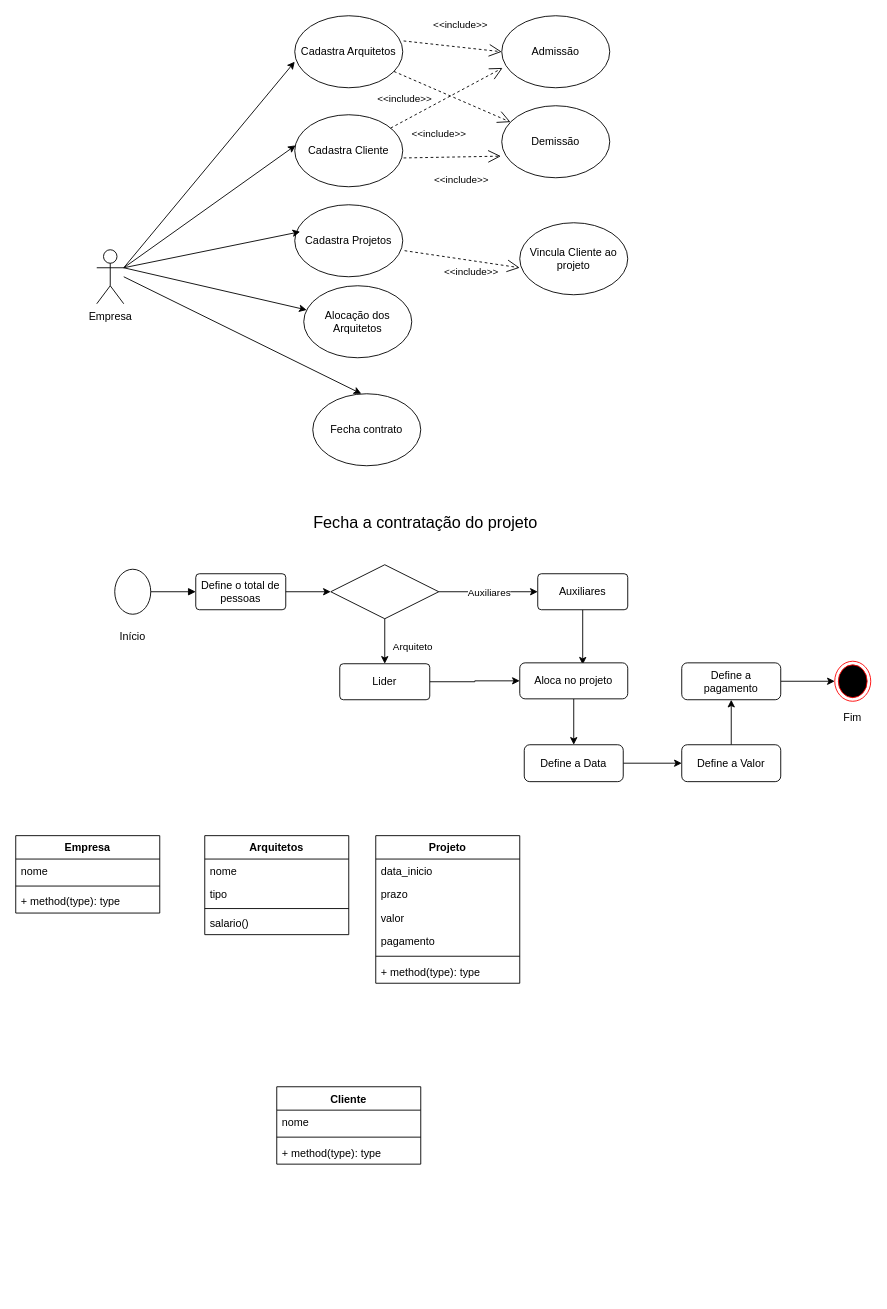
Before: Untitled Diagram.drawio in EdneiFNeto/UML, a draw.io diagram. Source tidied: cells renumbered, new cells numbered last; positions are measured from the earlier drawing's top-left corner, leaving out a move shared by most shapes. Both pictures are drawn from the tidied source at 90%, with x=0, y=0 at pixel (15, 15).
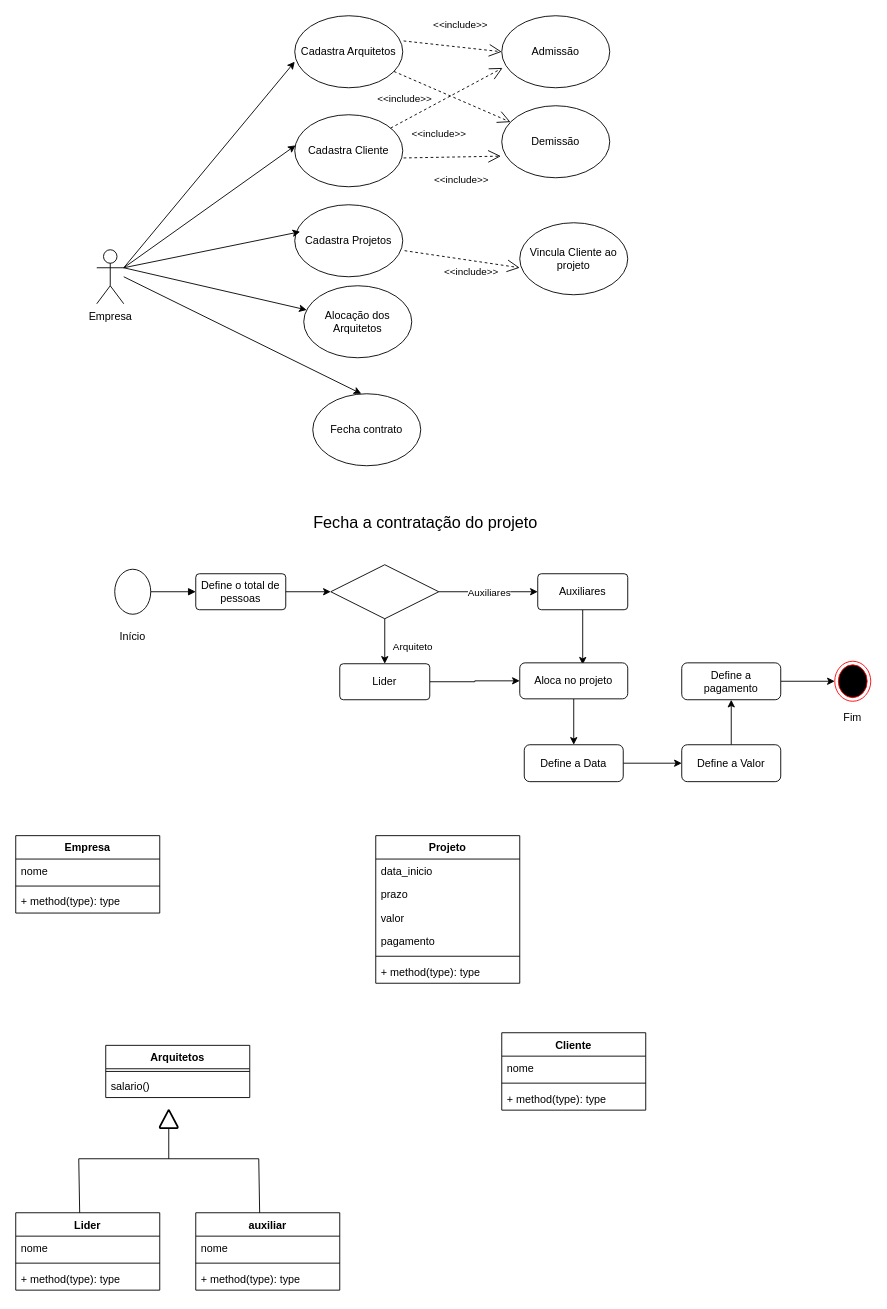
The same diagram, later.

The edit, as a diff of the source:
```diff
@@
-    <mxCell id="46" value="Cliente" style="swimlane;fontStyle=1;align=center;verticalAlign=top;horizontal=1;startSize=26;" parent="1" vertex="1">
-      <mxGeometry x="290" y="1190" width="160" height="86" as="geometry" />
-    </mxCell>
-    <mxCell id="47" value="nome" style="text;strokeColor=none;fillColor=none;align=left;verticalAlign=top;spacingLeft=4;spacingRight=4;overflow=hidden;" parent="46" vertex="1">
-      <mxGeometry y="26" width="160" height="26" as="geometry" />
-    </mxCell>
-    <mxCell id="48" style="line;strokeWidth=1;fillColor=none;align=left;verticalAlign=middle;spacingTop=-1;spacingLeft=3;spacingRight=3;labelPosition=right;" parent="46" vertex="1">
-      <mxGeometry y="52" width="160" height="8" as="geometry" />
-    </mxCell>
-    <mxCell id="49" value="+ method(type): type" style="text;strokeColor=none;fillColor=none;align=left;verticalAlign=top;spacingLeft=4;spacingRight=4;overflow=hidden;" parent="46" vertex="1">
-      <mxGeometry y="60" width="160" height="26" as="geometry" />
-    </mxCell>
@@
-    <mxCell id="57" value="Arquitetos" style="swimlane;fontStyle=1;align=center;verticalAlign=top;horizontal=1;startSize=26;" parent="1" vertex="1">
-      <mxGeometry x="210" y="911" width="160" height="110" as="geometry" />
-    </mxCell>
-    <mxCell id="58" value="nome" style="text;strokeColor=none;fillColor=none;align=left;verticalAlign=top;spacingLeft=4;spacingRight=4;overflow=hidden;" parent="57" vertex="1">
-      <mxGeometry y="26" width="160" height="26" as="geometry" />
-    </mxCell>
-    <mxCell id="59" value="tipo" style="text;strokeColor=none;fillColor=none;align=left;verticalAlign=top;spacingLeft=4;spacingRight=4;overflow=hidden;" parent="57" vertex="1">
-      <mxGeometry y="52" width="160" height="26" as="geometry" />
-    </mxCell>
-    <mxCell id="60" style="line;strokeWidth=1;fillColor=none;align=left;verticalAlign=middle;spacingTop=-1;spacingLeft=3;spacingRight=3;labelPosition=right;" parent="57" vertex="1">
-      <mxGeometry y="78" width="160" height="6" as="geometry" />
-    </mxCell>
-    <mxCell id="61" value="salario()" style="text;strokeColor=none;fillColor=none;align=left;verticalAlign=top;spacingLeft=4;spacingRight=4;overflow=hidden;" parent="57" vertex="1">
-      <mxGeometry y="84" width="160" height="26" as="geometry" />
-    </mxCell>
@@
+    <mxCell id="66" value="Lider" style="swimlane;fontStyle=1;align=center;verticalAlign=top;horizontal=1;startSize=26;" parent="1" vertex="1">
+      <mxGeometry y="1330" width="160" height="86" as="geometry" />
+    </mxCell>
+    <mxCell id="67" value="nome" style="text;strokeColor=none;fillColor=none;align=left;verticalAlign=top;spacingLeft=4;spacingRight=4;overflow=hidden;" parent="66" vertex="1">
+      <mxGeometry y="26" width="160" height="26" as="geometry" />
+    </mxCell>
+    <mxCell id="68" style="line;strokeWidth=1;fillColor=none;align=left;verticalAlign=middle;spacingTop=-1;spacingLeft=3;spacingRight=3;labelPosition=right;" parent="66" vertex="1">
+      <mxGeometry y="52" width="160" height="8" as="geometry" />
+    </mxCell>
+    <mxCell id="69" value="+ method(type): type" style="text;strokeColor=none;fillColor=none;align=left;verticalAlign=top;spacingLeft=4;spacingRight=4;overflow=hidden;" parent="66" vertex="1">
+      <mxGeometry y="60" width="160" height="26" as="geometry" />
+    </mxCell>
+    <mxCell id="70" value="auxiliar" style="swimlane;fontStyle=1;align=center;verticalAlign=top;horizontal=1;startSize=26;" parent="1" vertex="1">
+      <mxGeometry x="200" y="1330" width="160" height="86" as="geometry" />
+    </mxCell>
+    <mxCell id="71" value="nome" style="text;strokeColor=none;fillColor=none;align=left;verticalAlign=top;spacingLeft=4;spacingRight=4;overflow=hidden;" parent="70" vertex="1">
+      <mxGeometry y="26" width="160" height="26" as="geometry" />
+    </mxCell>
+    <mxCell id="72" style="line;strokeWidth=1;fillColor=none;align=left;verticalAlign=middle;spacingTop=-1;spacingLeft=3;spacingRight=3;labelPosition=right;" parent="70" vertex="1">
+      <mxGeometry y="52" width="160" height="8" as="geometry" />
+    </mxCell>
+    <mxCell id="73" value="+ method(type): type" style="text;strokeColor=none;fillColor=none;align=left;verticalAlign=top;spacingLeft=4;spacingRight=4;overflow=hidden;" parent="70" vertex="1">
+      <mxGeometry y="60" width="160" height="26" as="geometry" />
+    </mxCell>
+    <mxCell id="46" value="Cliente" style="swimlane;fontStyle=1;align=center;verticalAlign=top;horizontal=1;startSize=26;" parent="1" vertex="1">
+      <mxGeometry x="540" y="1130" width="160" height="86" as="geometry" />
+    </mxCell>
+    <mxCell id="47" value="nome" style="text;strokeColor=none;fillColor=none;align=left;verticalAlign=top;spacingLeft=4;spacingRight=4;overflow=hidden;" parent="46" vertex="1">
+      <mxGeometry y="26" width="160" height="26" as="geometry" />
+    </mxCell>
+    <mxCell id="48" style="line;strokeWidth=1;fillColor=none;align=left;verticalAlign=middle;spacingTop=-1;spacingLeft=3;spacingRight=3;labelPosition=right;" parent="46" vertex="1">
+      <mxGeometry y="52" width="160" height="8" as="geometry" />
+    </mxCell>
+    <mxCell id="49" value="+ method(type): type" style="text;strokeColor=none;fillColor=none;align=left;verticalAlign=top;spacingLeft=4;spacingRight=4;overflow=hidden;" parent="46" vertex="1">
+      <mxGeometry y="60" width="160" height="26" as="geometry" />
+    </mxCell>
+    <mxCell id="74" style="endArrow=none;html=1;rounded=0;" parent="1" edge="1">
+      <mxGeometry relative="1" as="geometry">
+        <mxPoint x="70" y="1270" as="sourcePoint" />
+        <mxPoint x="270" y="1270" as="targetPoint" />
+      </mxGeometry>
+    </mxCell>
+    <mxCell id="75" style="endArrow=none;html=1;rounded=0;exitX=0.444;exitY=0;exitDx=0;exitDy=0;exitPerimeter=0;" parent="1" edge="1" source="66">
+      <mxGeometry relative="1" as="geometry">
+        <mxPoint x="70" y="1270" as="targetPoint" />
+      </mxGeometry>
+    </mxCell>
+    <mxCell id="76" style="endArrow=none;html=1;rounded=0;exitX=0.444;exitY=0;exitDx=0;exitDy=0;exitPerimeter=0;" parent="1" edge="1">
+      <mxGeometry relative="1" as="geometry">
+        <mxPoint x="271" y="1330" as="sourcePoint" />
+        <mxPoint x="270" y="1270" as="targetPoint" />
+      </mxGeometry>
+    </mxCell>
+    <mxCell id="77" style="endArrow=none;html=1;rounded=0;" parent="1" edge="1">
+      <mxGeometry relative="1" as="geometry">
+        <mxPoint x="170" y="1270" as="sourcePoint" />
+        <mxPoint x="170" y="1230" as="targetPoint" />
+      </mxGeometry>
+    </mxCell>
+    <mxCell id="78" style="strokeWidth=2;html=1;shape=mxgraph.flowchart.extract_or_measurement;whiteSpace=wrap;" parent="1" vertex="1">
+      <mxGeometry x="160" y="1216" width="20" height="20" as="geometry" />
+    </mxCell>
+    <mxCell id="57" value="Arquitetos" style="swimlane;fontStyle=1;align=center;verticalAlign=top;horizontal=1;startSize=26;" parent="1" vertex="1">
+      <mxGeometry x="100" y="1144" width="160" height="58" as="geometry" />
+    </mxCell>
+    <mxCell id="60" style="line;strokeWidth=1;fillColor=none;align=left;verticalAlign=middle;spacingTop=-1;spacingLeft=3;spacingRight=3;labelPosition=right;" parent="57" vertex="1">
+      <mxGeometry y="26" width="160" height="6" as="geometry" />
+    </mxCell>
+    <mxCell id="61" value="salario()" style="text;strokeColor=none;fillColor=none;align=left;verticalAlign=top;spacingLeft=4;spacingRight=4;overflow=hidden;" parent="57" vertex="1">
+      <mxGeometry y="32" width="160" height="26" as="geometry" />
+    </mxCell>
```
